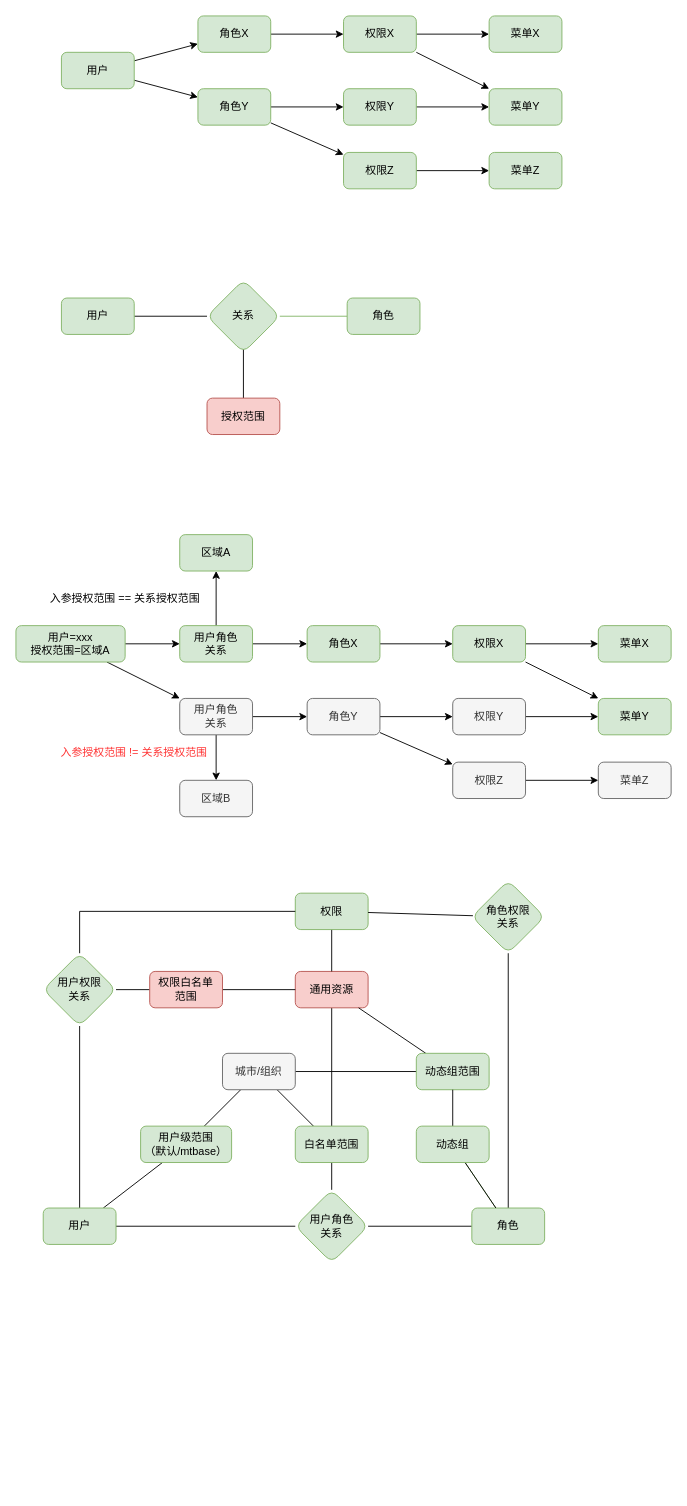
This is 多租户权限管理.drawio from yamilinqh/spicedb, a draw.io file, before an edit. Source tidied: cells renumbered, new cells numbered last; positions are measured from the earlier drawing's top-left corner, leaving out a move shared by most shapes. Both pictures are drawn from the tidied source at 91%, with x=0, y=0 at pixel (15, 15).
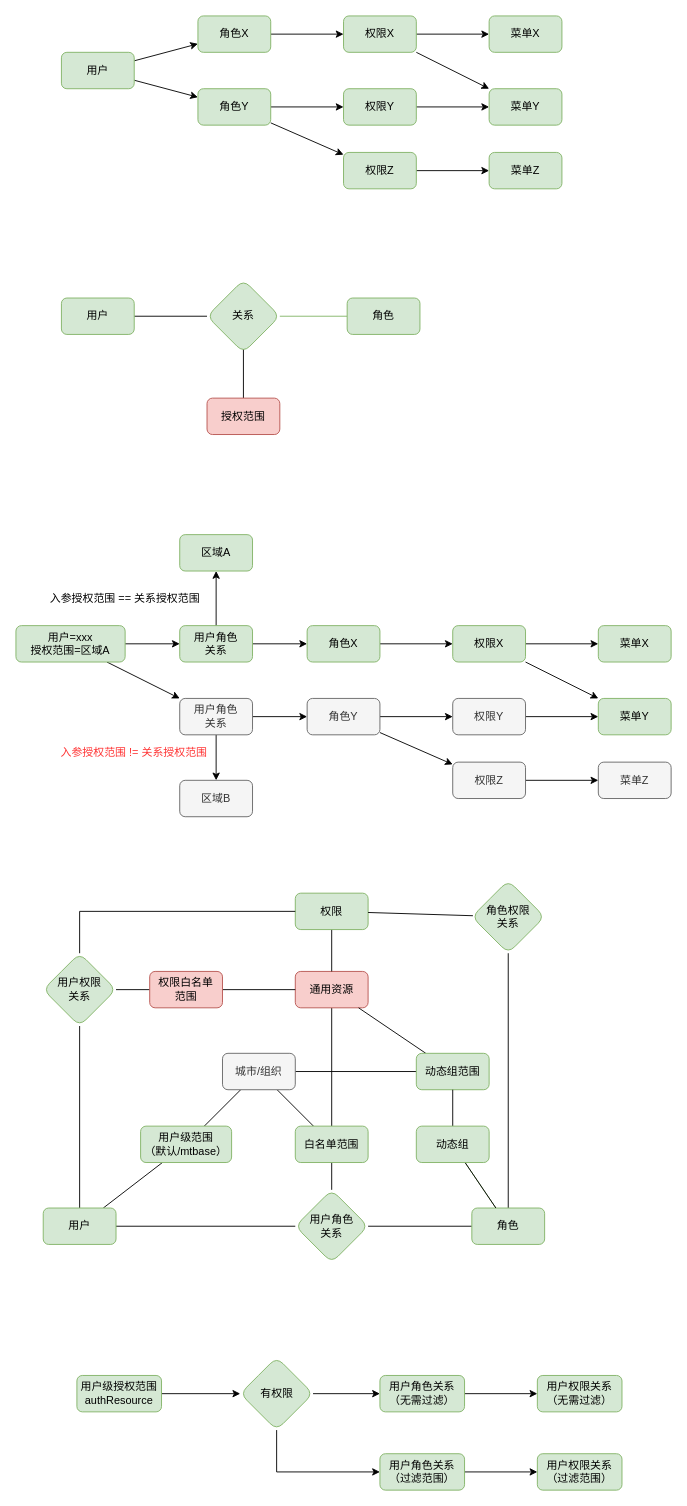
After the change.

Commit message:
Update 多租户权限管理.drawio

Change to the diagram source:
```diff
@@
+    <mxCell id="87" style="edgeStyle=orthogonalEdgeStyle;rounded=0;jettySize=auto;html=1;" parent="1" edge="1" source="88" target="91">
+      <mxGeometry relative="1" as="geometry" />
+    </mxCell>
+    <mxCell id="88" value="用户级授权范围&lt;br&gt;authResource" style="rounded=1;whiteSpace=wrap;html=1;fillColor=#d5e8d4;strokeColor=#82b366;" parent="1" vertex="1">
+      <mxGeometry x="67" y="1494" width="93" height="40" as="geometry" />
+    </mxCell>
+    <mxCell id="89" style="edgeStyle=orthogonalEdgeStyle;rounded=0;jettySize=auto;html=1;" parent="1" edge="1" source="91" target="93">
+      <mxGeometry relative="1" as="geometry" />
+    </mxCell>
+    <mxCell id="90" style="edgeStyle=orthogonalEdgeStyle;rounded=0;jettySize=auto;html=1;" parent="1" edge="1" source="91" target="96">
+      <mxGeometry relative="1" as="geometry">
+        <Array as="points">
+          <mxPoint x="287" y="1600" />
+        </Array>
+      </mxGeometry>
+    </mxCell>
+    <mxCell id="91" value="有权限" style="rhombus;whiteSpace=wrap;html=1;fillColor=#d5e8d4;strokeColor=#82b366;rounded=1;" parent="1" vertex="1">
+      <mxGeometry x="246.5" y="1474" width="80" height="80" as="geometry" />
+    </mxCell>
+    <mxCell id="92" style="edgeStyle=orthogonalEdgeStyle;rounded=0;jettySize=auto;html=1;" parent="1" edge="1" source="93" target="94">
+      <mxGeometry relative="1" as="geometry" />
+    </mxCell>
+    <mxCell id="93" value="用户角色关系&lt;br&gt;（无需过滤）" style="rounded=1;whiteSpace=wrap;html=1;fillColor=#d5e8d4;strokeColor=#82b366;" parent="1" vertex="1">
+      <mxGeometry x="400" y="1494" width="93" height="40" as="geometry" />
+    </mxCell>
+    <mxCell id="94" value="用户权限关系&lt;br&gt;（无需过滤）" style="rounded=1;whiteSpace=wrap;html=1;fillColor=#d5e8d4;strokeColor=#82b366;" parent="1" vertex="1">
+      <mxGeometry x="573" y="1494" width="93" height="40" as="geometry" />
+    </mxCell>
+    <mxCell id="95" style="edgeStyle=orthogonalEdgeStyle;rounded=0;jettySize=auto;html=1;" parent="1" edge="1" source="96" target="97">
+      <mxGeometry relative="1" as="geometry" />
+    </mxCell>
+    <mxCell id="96" value="用户角色关系&lt;br&gt;（过滤范围）" style="rounded=1;whiteSpace=wrap;html=1;fillColor=#d5e8d4;strokeColor=#82b366;" parent="1" vertex="1">
+      <mxGeometry x="400" y="1580" width="93" height="40" as="geometry" />
+    </mxCell>
+    <mxCell id="97" value="用户权限关系&lt;br&gt;（过滤范围）" style="rounded=1;whiteSpace=wrap;html=1;fillColor=#d5e8d4;strokeColor=#82b366;" parent="1" vertex="1">
+      <mxGeometry x="573" y="1580" width="93" height="40" as="geometry" />
+    </mxCell>
```
